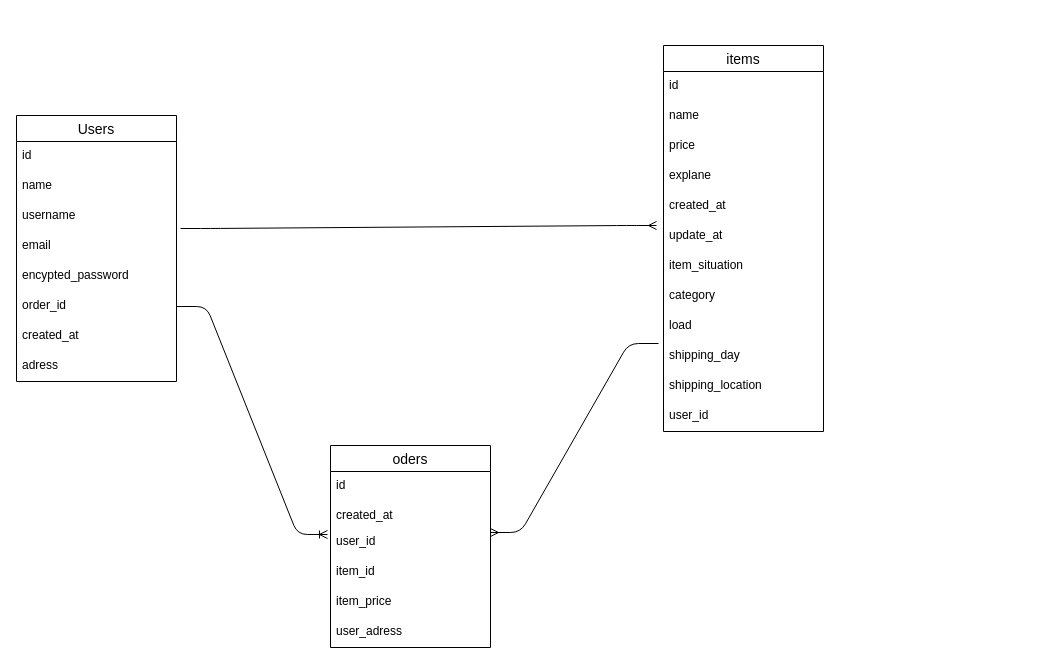
Above: page "ページ1" (1 of 2) of test.dio in yuuuuuuuka/furima-41437 (draw.io), before the change. Source tidied: cells renumbered, new cells numbered last; positions are measured from the earlier drawing's top-left corner, leaving out a move shared by most shapes. Both pictures are drawn from the tidied source at 100%, with x=0, y=0 at pixel (16, 45).
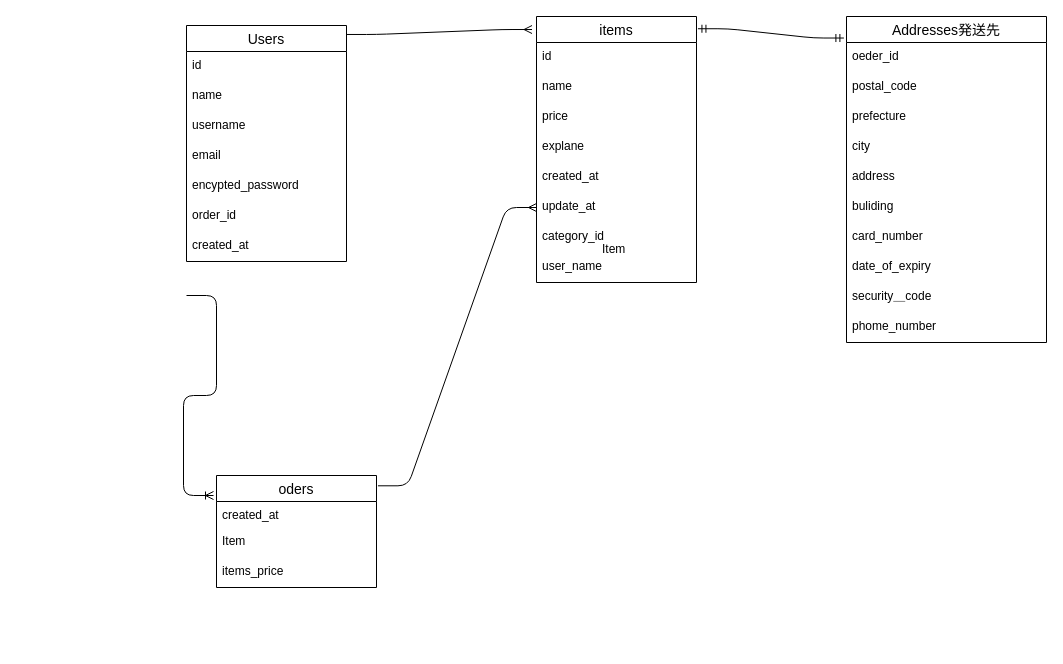
Above is the later version.

Commit message (it also covers changes not shown here):
ER図設計　修正

The change refers to these unchanged cells:
```xml
<mxCell id="5" value="username&#10;&#10;" style="text;strokeColor=none;fillColor=none;spacingLeft=4;spacingRight=4;overflow=hidden;points=[[0,0.5],[1,0.5]];portConstraint=eastwest;fontSize=12;" parent="2" vertex="1">
  <mxGeometry y="86" width="160" height="30" as="geometry" />
</mxCell>
<mxCell id="8" value="order_id&#10;" style="text;strokeColor=none;fillColor=none;spacingLeft=4;spacingRight=4;overflow=hidden;points=[[0,0.5],[1,0.5]];portConstraint=eastwest;fontSize=12;" parent="2" vertex="1">
  <mxGeometry y="176" width="160" height="30" as="geometry" />
</mxCell>
<mxCell id="24" value="update_at" style="text;strokeColor=none;fillColor=none;spacingLeft=4;spacingRight=4;overflow=hidden;points=[[0,0.5],[1,0.5]];portConstraint=eastwest;fontSize=12;" parent="18" vertex="1">
  <mxGeometry y="176" width="160" height="30" as="geometry" />
</mxCell>
```

The edit, as a diff of the source:
```diff
@@
     <mxCell id="2" value="Users" style="swimlane;fontStyle=0;horizontal=1;startSize=26;align=center;fontSize=14;" parent="1" vertex="1">
-      <mxGeometry y="70" width="160" height="266" as="geometry" />
+      <mxGeometry x="170" y="-20" width="160" height="236" as="geometry" />
     </mxCell>
@@
-    <mxCell id="10" value="adress" style="text;strokeColor=none;fillColor=none;spacingLeft=4;spacingRight=4;overflow=hidden;fontSize=12;" parent="2" vertex="1">
-      <mxGeometry y="236" width="160" height="30" as="geometry" />
-    </mxCell>
     <mxCell id="11" value="oders" style="swimlane;fontStyle=0;horizontal=1;startSize=26;align=center;fontSize=14;" parent="1" vertex="1">
-      <mxGeometry x="314" y="400" width="160" height="202" as="geometry" />
+      <mxGeometry x="200" y="430" width="160" height="112" as="geometry" />
     </mxCell>
+    <mxCell id="13" value="created_at&#10;" style="text;strokeColor=none;fillColor=none;spacingLeft=4;spacingRight=4;overflow=hidden;fontSize=12;" parent="11" vertex="1">
+      <mxGeometry y="26" width="160" height="26" as="geometry" />
+    </mxCell>
+    <mxCell id="34" value="Item" style="text;strokeColor=none;fillColor=none;spacingLeft=4;spacingRight=4;overflow=hidden;fontSize=12;" parent="11" vertex="1">
+      <mxGeometry y="52" width="160" height="30" as="geometry" />
+    </mxCell>
-    <mxCell id="12" value="id&#10;" style="text;strokeColor=none;fillColor=none;spacingLeft=4;spacingRight=4;overflow=hidden;fontSize=12;" parent="11" vertex="1">
-      <mxGeometry y="26" width="160" height="30" as="geometry" />
+    <mxCell id="12" value="items_price&#10;&#10;" style="text;strokeColor=none;fillColor=none;spacingLeft=4;spacingRight=4;overflow=hidden;fontSize=12;" parent="11" vertex="1">
+      <mxGeometry y="82" width="160" height="30" as="geometry" />
     </mxCell>
-    <mxCell id="13" value="created_at&#10;" style="text;strokeColor=none;fillColor=none;spacingLeft=4;spacingRight=4;overflow=hidden;fontSize=12;" parent="11" vertex="1">
-      <mxGeometry y="56" width="160" height="26" as="geometry" />
-    </mxCell>
-    <mxCell id="14" value="user_id" style="text;strokeColor=none;fillColor=none;spacingLeft=4;spacingRight=4;overflow=hidden;points=[[0,0.5],[1,0.5]];portConstraint=eastwest;fontSize=12;" parent="11" vertex="1">
-      <mxGeometry y="82" width="160" height="30" as="geometry" />
-    </mxCell>
-    <mxCell id="15" value="item_id" style="text;strokeColor=none;fillColor=none;spacingLeft=4;spacingRight=4;overflow=hidden;fontSize=12;" parent="11" vertex="1">
-      <mxGeometry y="112" width="160" height="30" as="geometry" />
-    </mxCell>
-    <mxCell id="16" value="item_price" style="text;strokeColor=none;fillColor=none;spacingLeft=4;spacingRight=4;overflow=hidden;fontSize=12;" parent="11" vertex="1">
-      <mxGeometry y="142" width="160" height="30" as="geometry" />
-    </mxCell>
-    <mxCell id="17" value="user_adress" style="text;strokeColor=none;fillColor=none;spacingLeft=4;spacingRight=4;overflow=hidden;fontSize=12;" parent="11" vertex="1">
-      <mxGeometry y="172" width="160" height="30" as="geometry" />
-    </mxCell>
     <mxCell id="18" value="items" style="swimlane;fontStyle=0;horizontal=1;startSize=26;align=center;fontSize=14;" parent="1" vertex="1">
-      <mxGeometry x="647" width="160" height="386" as="geometry" />
+      <mxGeometry x="520" y="-29" width="160" height="266" as="geometry" />
     </mxCell>
@@
-    <mxCell id="25" value="item_situation&#10;&#10;" style="text;strokeColor=none;fillColor=none;spacingLeft=4;spacingRight=4;overflow=hidden;fontSize=12;" parent="18" vertex="1">
-      <mxGeometry y="206" width="160" height="30" as="geometry" />
-    </mxCell>
-    <mxCell id="26" value="category&#10;" style="text;strokeColor=none;fillColor=none;spacingLeft=4;spacingRight=4;overflow=hidden;fontSize=12;" parent="18" vertex="1">
-      <mxGeometry y="236" width="160" height="30" as="geometry" />
+    <mxCell id="26" value="category_id&#10;" style="text;strokeColor=none;fillColor=none;spacingLeft=4;spacingRight=4;overflow=hidden;fontSize=12;" parent="18" vertex="1">
+      <mxGeometry y="206" width="160" height="30" as="geometry" />
     </mxCell>
-    <mxCell id="27" value="load" style="text;strokeColor=none;fillColor=none;spacingLeft=4;spacingRight=4;overflow=hidden;fontSize=12;" parent="18" vertex="1">
-      <mxGeometry y="266" width="160" height="30" as="geometry" />
-    </mxCell>
-    <mxCell id="28" value="shipping_day" style="text;strokeColor=none;fillColor=none;spacingLeft=4;spacingRight=4;overflow=hidden;points=[[0,0.5],[1,0.5]];portConstraint=eastwest;fontSize=12;" parent="18" vertex="1">
-      <mxGeometry y="296" width="160" height="30" as="geometry" />
-    </mxCell>
-    <mxCell id="29" value="shipping_location" style="text;strokeColor=none;fillColor=none;spacingLeft=4;spacingRight=4;overflow=hidden;fontSize=12;" parent="18" vertex="1">
-      <mxGeometry y="326" width="160" height="30" as="geometry" />
-    </mxCell>
-    <mxCell id="30" value="user_id&#10;" style="text;strokeColor=none;fillColor=none;spacingLeft=4;spacingRight=4;overflow=hidden;fontSize=12;" parent="18" vertex="1">
-      <mxGeometry y="356" width="160" height="30" as="geometry" />
+    <mxCell id="30" value="user_name&#10;" style="text;strokeColor=none;fillColor=none;spacingLeft=4;spacingRight=4;overflow=hidden;fontSize=12;" parent="18" vertex="1">
+      <mxGeometry y="236" width="160" height="30" as="geometry" />
     </mxCell>
-    <mxCell id="31" style="edgeStyle=entityRelationEdgeStyle;fontSize=12;html=1;endArrow=ERmany;exitX=1.025;exitY=0.9;exitDx=0;exitDy=0;exitPerimeter=0;" parent="1" edge="1" source="5">
-      <mxGeometry relative="1" as="geometry">
-        <mxPoint x="640" y="180" as="targetPoint" />
-      </mxGeometry>
+    <mxCell id="31" style="edgeStyle=entityRelationEdgeStyle;fontSize=12;html=1;endArrow=ERmany;exitX=1;exitY=0.038;exitDx=0;exitDy=0;exitPerimeter=0;entryX=-0.028;entryY=0.049;entryDx=0;entryDy=0;entryPerimeter=0;" parent="1" edge="1" source="2" target="18">
+      <mxGeometry relative="1" as="geometry" />
     </mxCell>
-    <mxCell id="32" style="edgeStyle=entityRelationEdgeStyle;fontSize=12;html=1;endArrow=ERmany;entryX=1;entryY=0.167;entryDx=0;entryDy=0;exitX=-0.031;exitY=0.067;exitDx=0;exitDy=0;exitPerimeter=0;entryPerimeter=0;" parent="1" edge="1" source="28" target="14">
-      <mxGeometry relative="1" as="geometry" />
-    </mxCell>
-    <mxCell id="33" style="edgeStyle=entityRelationEdgeStyle;fontSize=12;html=1;endArrow=ERoneToMany;exitX=1;exitY=0.5;exitDx=0;exitDy=0;entryX=-0.019;entryY=0.233;entryDx=0;entryDy=0;entryPerimeter=0;" parent="1" edge="1" source="8" target="14">
-      <mxGeometry relative="1" as="geometry" />
+    <mxCell id="33" style="edgeStyle=entityRelationEdgeStyle;fontSize=12;html=1;endArrow=ERoneToMany;" parent="1" edge="1">
+      <mxGeometry relative="1" as="geometry">
+        <mxPoint x="170" y="250" as="sourcePoint" />
+        <mxPoint x="197" y="450" as="targetPoint" />
+      </mxGeometry>
     </mxCell>
+    <mxCell id="35" value="&#10;Addresses発送先&#10;" style="swimlane;fontStyle=0;horizontal=1;startSize=26;align=center;fontSize=14;" parent="1" vertex="1">
+      <mxGeometry x="830" y="-29" width="200" height="326" as="geometry" />
+    </mxCell>
+    <mxCell id="36" value="oeder_id&#10;&#10;" style="text;strokeColor=none;fillColor=none;spacingLeft=4;spacingRight=4;overflow=hidden;fontSize=12;" parent="35" vertex="1">
+      <mxGeometry y="26" width="200" height="30" as="geometry" />
+    </mxCell>
+    <mxCell id="37" value="postal_code&#10;&#10;" style="text;strokeColor=none;fillColor=none;spacingLeft=4;spacingRight=4;overflow=hidden;fontSize=12;" parent="35" vertex="1">
+      <mxGeometry y="56" width="200" height="30" as="geometry" />
+    </mxCell>
+    <mxCell id="38" value="prefecture" style="text;strokeColor=none;fillColor=none;spacingLeft=4;spacingRight=4;overflow=hidden;fontSize=12;" parent="35" vertex="1">
+      <mxGeometry y="86" width="200" height="30" as="geometry" />
+    </mxCell>
+    <mxCell id="39" value="city" style="text;strokeColor=none;fillColor=none;spacingLeft=4;spacingRight=4;overflow=hidden;fontSize=12;" parent="35" vertex="1">
+      <mxGeometry y="116" width="200" height="30" as="geometry" />
+    </mxCell>
+    <mxCell id="40" value="address" style="text;strokeColor=none;fillColor=none;spacingLeft=4;spacingRight=4;overflow=hidden;fontSize=12;" parent="35" vertex="1">
+      <mxGeometry y="146" width="200" height="30" as="geometry" />
+    </mxCell>
+    <mxCell id="41" value="buliding&#10;" style="text;strokeColor=none;fillColor=none;spacingLeft=4;spacingRight=4;overflow=hidden;fontSize=12;" parent="35" vertex="1">
+      <mxGeometry y="176" width="200" height="30" as="geometry" />
+    </mxCell>
+    <mxCell id="42" value="card_number" style="text;strokeColor=none;fillColor=none;spacingLeft=4;spacingRight=4;overflow=hidden;fontSize=12;" parent="35" vertex="1">
+      <mxGeometry y="206" width="200" height="30" as="geometry" />
+    </mxCell>
+    <mxCell id="43" value="date_of_expiry" style="text;strokeColor=none;fillColor=none;spacingLeft=4;spacingRight=4;overflow=hidden;fontSize=12;" parent="35" vertex="1">
+      <mxGeometry y="236" width="200" height="30" as="geometry" />
+    </mxCell>
+    <mxCell id="44" value="security＿code" style="text;strokeColor=none;fillColor=none;spacingLeft=4;spacingRight=4;overflow=hidden;fontSize=12;" parent="35" vertex="1">
+      <mxGeometry y="266" width="200" height="30" as="geometry" />
+    </mxCell>
+    <mxCell id="45" value="phome_number&#10;" style="text;strokeColor=none;fillColor=none;spacingLeft=4;spacingRight=4;overflow=hidden;fontSize=12;" parent="35" vertex="1">
+      <mxGeometry y="296" width="200" height="30" as="geometry" />
+    </mxCell>
+    <mxCell id="46" style="edgeStyle=entityRelationEdgeStyle;fontSize=12;html=1;endArrow=ERmandOne;startArrow=ERmandOne;entryX=1.009;entryY=0.046;entryDx=0;entryDy=0;entryPerimeter=0;exitX=-0.013;exitY=0.066;exitDx=0;exitDy=0;exitPerimeter=0;" parent="1" edge="1" source="35" target="18">
+      <mxGeometry relative="1" as="geometry" />
+    </mxCell>
+    <mxCell id="47" style="edgeStyle=entityRelationEdgeStyle;fontSize=12;html=1;endArrow=ERmany;entryX=0;entryY=0.5;entryDx=0;entryDy=0;exitX=1.009;exitY=0.092;exitDx=0;exitDy=0;exitPerimeter=0;" parent="1" edge="1" source="11" target="24">
+      <mxGeometry relative="1" as="geometry" />
+    </mxCell>
+    <mxCell id="48" value="Item" style="text;strokeColor=none;fillColor=none;spacingLeft=4;spacingRight=4;overflow=hidden;fontSize=12;" parent="1" vertex="1">
+      <mxGeometry x="580" y="190" width="40" height="30" as="geometry" />
+    </mxCell>
```
